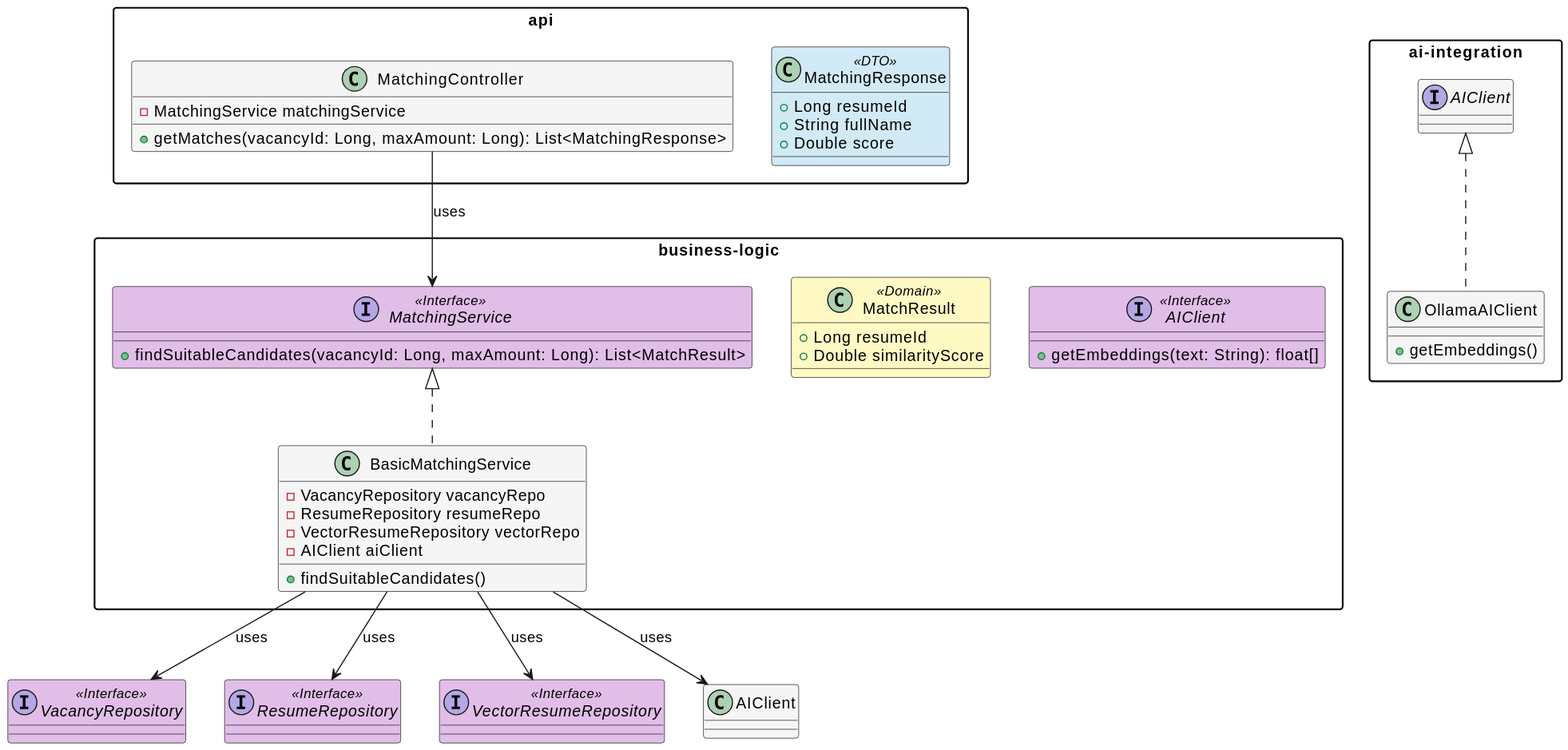
Earlier version of the PlantUML export docs/img/matching.svg (ofdun/JobFinder).
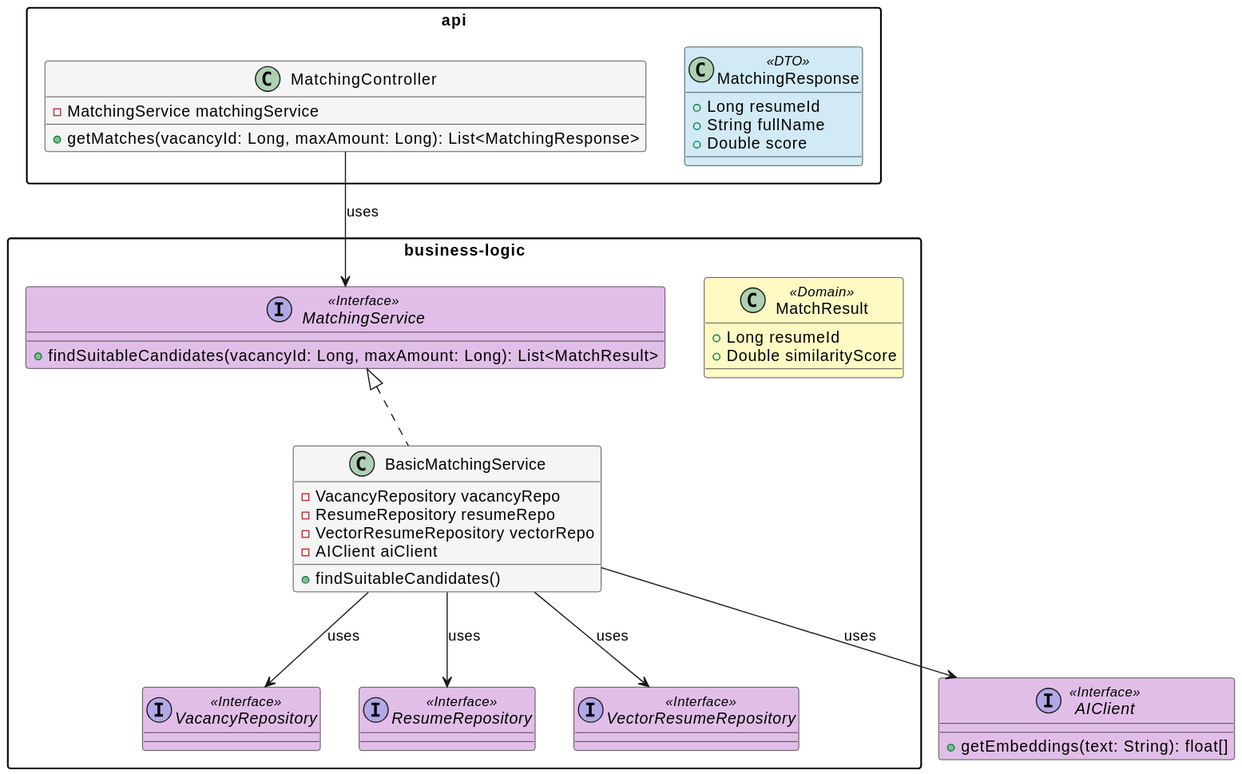
After the change.

Change to the diagram source:
```diff
@@ -33,20 +33,14 @@
         + Double similarityScore
     }
 
-    interface AIClient <<Interface>> #E1BEE7 {
-        + getEmbeddings(text: String): float[]
-    }
+    interface VacancyRepository <<Interface>> #E1BEE7
+    interface ResumeRepository <<Interface>> #E1BEE7
+    interface VectorResumeRepository <<Interface>> #E1BEE7
 }
 
-package "ai-integration" {
-    class OllamaAIClient implements AIClient {
-        + getEmbeddings()
-    }
+interface AIClient <<Interface>> #E1BEE7 {
+    + getEmbeddings(text: String): float[]
 }
-
-interface VacancyRepository <<Interface>> #E1BEE7
-interface ResumeRepository <<Interface>> #E1BEE7
-interface VectorResumeRepository <<Interface>> #E1BEE7
 
 MatchingController --> MatchingService : uses
 BasicMatchingService --> VacancyRepository : uses
```
